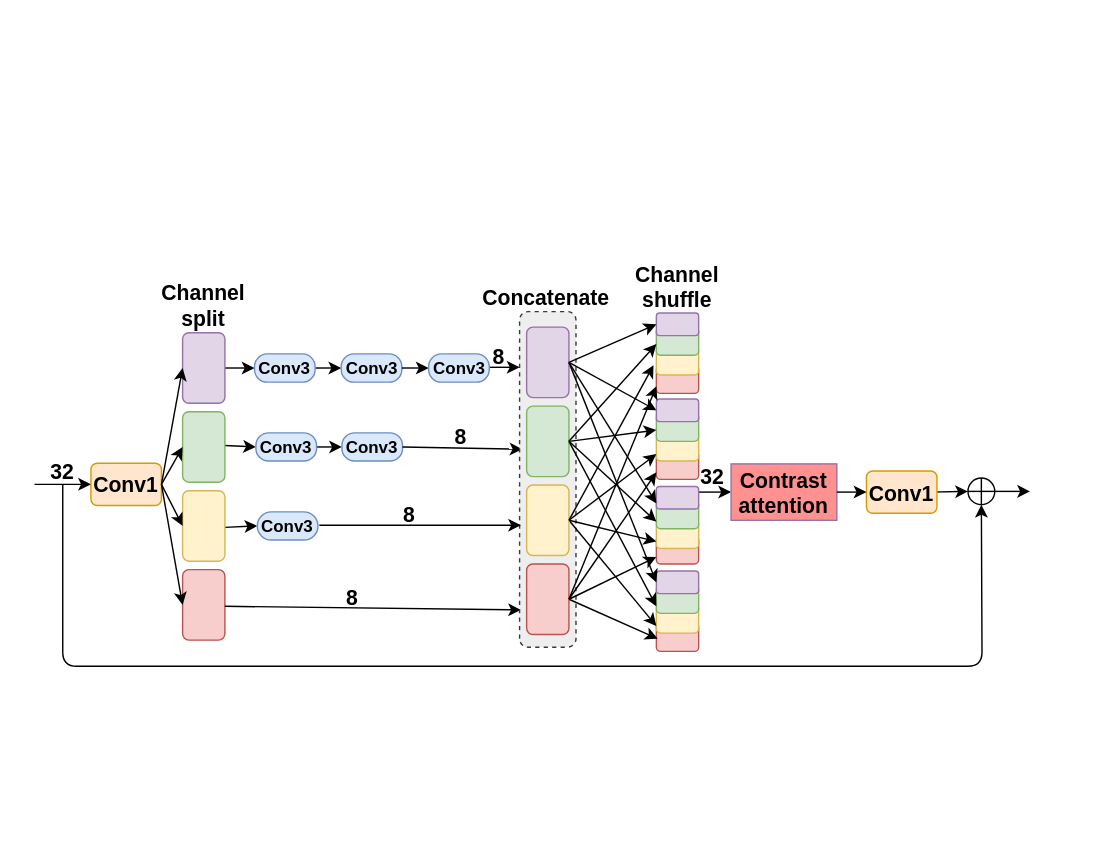
This is MSCFB.drawio from JiaqianLi/TEST, a draw.io file, before an edit. Source tidied: cells renumbered, new cells numbered last; positions are measured from the earlier drawing's top-left corner, leaving out a move shared by most shapes. Both pictures are drawn from the tidied source at 141%, with x=0, y=0 at pixel (34, -37).
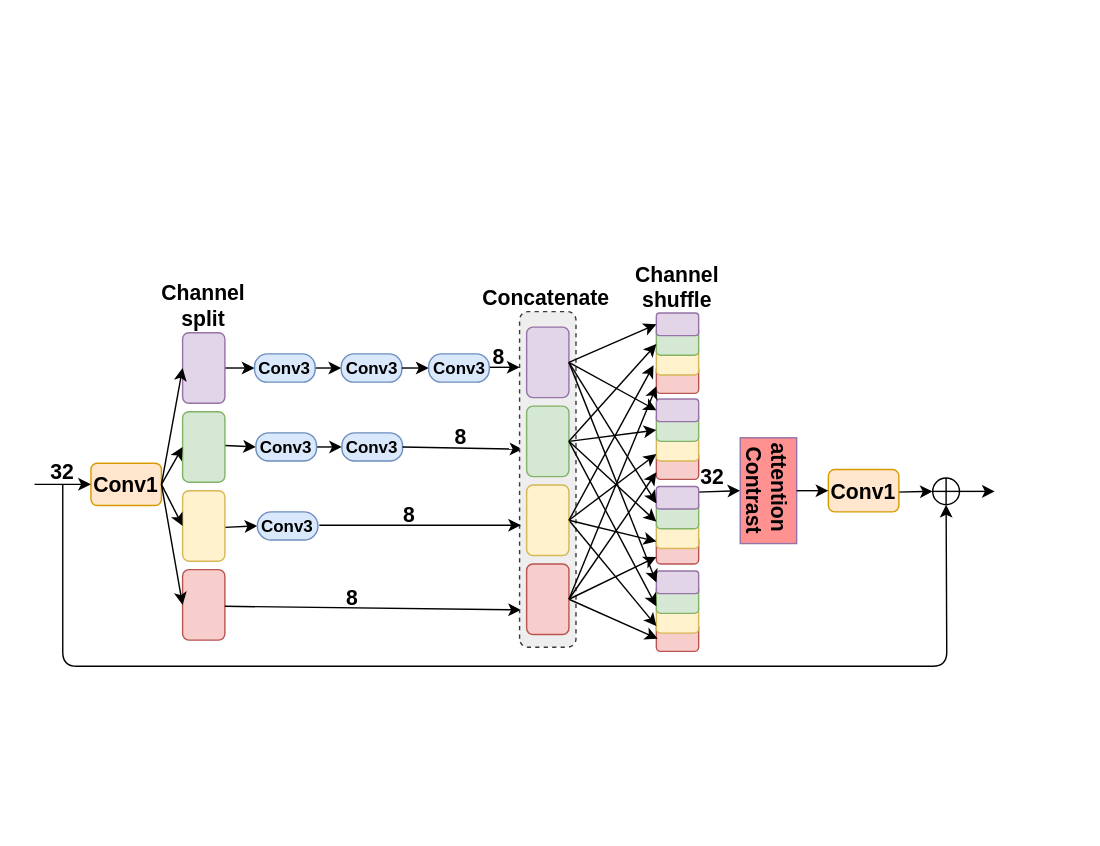
Above is the later version.

The change refers to these unchanged cells:
```xml
<mxCell id="2" style="group;rotation=-90;" parent="1" vertex="1">
  <mxGeometry x="130" y="0.5" width="566" height="651" as="geometry" />
</mxCell>
```

Diff of the diagram source:
```diff
@@
-    <mxCell id="21" style="endArrow=classic;html=1;exitX=0.022;exitY=1.1;exitDx=0;exitDy=0;exitPerimeter=0;strokeWidth=1;entryX=0;entryY=0.5;entryDx=0;entryDy=0;" parent="2" edge="1" target="22">
+    <mxCell id="21" style="endArrow=classic;html=1;exitX=0.022;exitY=1.1;exitDx=0;exitDy=0;exitPerimeter=0;strokeWidth=1;entryX=0.5;entryY=1;entryDx=0;entryDy=0;" parent="2" edge="1" target="22">
       <mxGeometry relative="1" as="geometry">
         <mxPoint x="340" y="374" as="sourcePoint" />
       </mxGeometry>
     </mxCell>
-    <mxCell id="22" value="&lt;b&gt;&lt;font style=&quot;font-size: 15px&quot;&gt;Contrast &lt;br&gt;attention&lt;/font&gt;&lt;/b&gt;" style="rounded=0;whiteSpace=wrap;html=1;fillColor=#FF9191;strokeColor=#9673a6;rotation=0;" parent="2" vertex="1">
-      <mxGeometry x="364" y="354" width="75" height="40" as="geometry" />
-    </mxCell>
     <mxCell id="23" style="shape=orEllipse;perimeter=ellipsePerimeter;whiteSpace=wrap;html=1;backgroundOutline=1;rotation=-90;" parent="2" vertex="1">
-      <mxGeometry x="532" y="364" width="19" height="19" as="geometry" />
+      <mxGeometry x="507" y="364" width="19" height="19" as="geometry" />
     </mxCell>
     <mxCell id="24" style="endArrow=classic;html=1;strokeWidth=1;entryX=0.5;entryY=0;entryDx=0;entryDy=0;exitX=1;exitY=0.5;exitDx=0;exitDy=0;" parent="2" edge="1" target="23">
       <mxGeometry relative="1" as="geometry">
-        <mxPoint x="506" y="374" as="sourcePoint" />
+        <mxPoint x="481" y="374" as="sourcePoint" />
       </mxGeometry>
     </mxCell>
@@
     <mxCell id="28" style="endArrow=classic;html=1;strokeWidth=1;exitX=0.5;exitY=1;exitDx=0;exitDy=0;" parent="2" edge="1" source="23">
       <mxGeometry relative="1" as="geometry">
-        <mxPoint x="576" y="373.5" as="targetPoint" />
+        <mxPoint x="551" y="373.5" as="targetPoint" />
       </mxGeometry>
     </mxCell>
@@
     <mxCell id="31" style="group;rotation=-90;" parent="2" vertex="1">
-      <mxGeometry x="167" y="285" width="241" height="162" as="geometry" />
+      <mxGeometry x="167" y="285" width="261" height="162" as="geometry" />
     </mxCell>
@@
+    <mxCell id="22" value="&lt;b&gt;&lt;font style=&quot;font-size: 15px&quot;&gt;attention&amp;nbsp;&lt;br&gt;Contrast&lt;/font&gt;&lt;/b&gt;" style="rounded=0;whiteSpace=wrap;html=1;fillColor=#FF9191;strokeColor=#9673a6;rotation=90;" parent="31" vertex="1">
+      <mxGeometry x="186" y="68" width="75" height="40" as="geometry" />
+    </mxCell>
     <mxCell id="72" value="&lt;b&gt;&lt;font style=&quot;font-size: 15px&quot;&gt;Conv1&lt;/font&gt;&lt;/b&gt;" style="rounded=1;whiteSpace=wrap;html=1;fillColor=#ffe6cc;strokeColor=#d79b00;rotation=0;" parent="2" vertex="1">
-      <mxGeometry x="460" y="359" width="50" height="30" as="geometry" />
+      <mxGeometry x="433" y="358" width="50" height="30" as="geometry" />
     </mxCell>
-    <mxCell id="73" style="endArrow=classic;html=1;exitX=1;exitY=0.5;exitDx=0;exitDy=0;strokeWidth=1;entryX=0;entryY=0.5;entryDx=0;entryDy=0;" parent="2" edge="1" source="22" target="72">
+    <mxCell id="73" style="endArrow=classic;html=1;exitX=0.5;exitY=0;exitDx=0;exitDy=0;strokeWidth=1;entryX=0;entryY=0.5;entryDx=0;entryDy=0;" parent="2" edge="1" source="22" target="72">
       <mxGeometry relative="1" as="geometry" />
     </mxCell>
@@
     <mxCell id="83" style="endArrow=classic;html=1;strokeWidth=1;spacing=0;entryX=0;entryY=0.5;entryDx=0;entryDy=0;" parent="1" edge="1" target="23">
       <mxGeometry relative="1" as="geometry">
         <mxPoint x="20" y="369" as="sourcePoint" />
         <Array as="points">
           <mxPoint x="20" y="498" />
-          <mxPoint x="672" y="498" />
+          <mxPoint x="647" y="498" />
         </Array>
       </mxGeometry>
     </mxCell>
```
